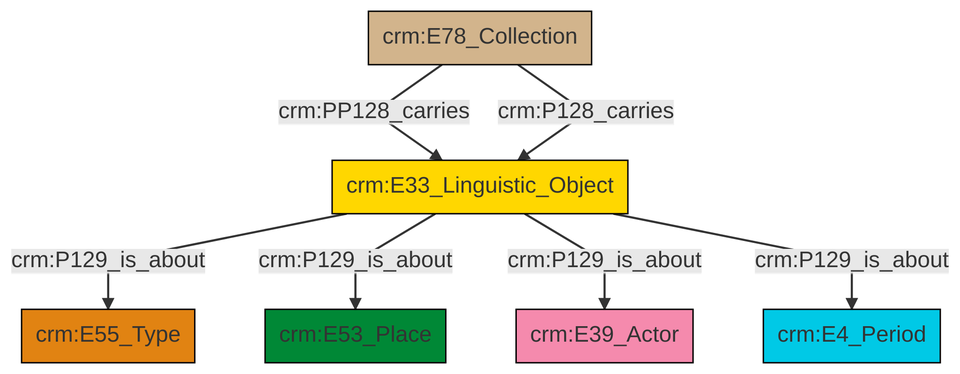
swiss-art-research-net/docs.swissartresearch keeps this Mermaid diagram as et/archivalCSV/ttl/mmd/png/archival_aboutness.png. Above is the earlier version. Its source is kept beside it as et/archivalCSV/ttl/mmd/archival_aboutness.ttl.mmd.
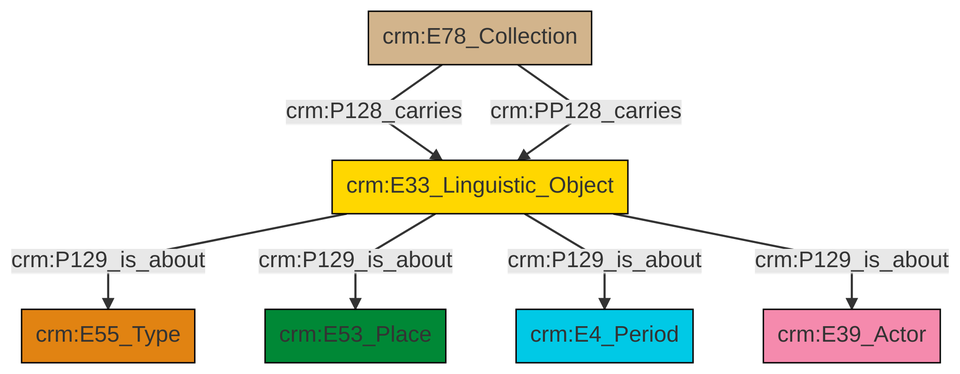
Above is the later version.

The edit, as a diff of the source:
```diff
@@ -13,9 +13,9 @@
 classDef PC_Classes fill:#4ce600, stroke:#000000;
 classDef Multi fill:#cccccc,stroke:#000000;
 
-0["crm:E78_Collection"]:::Physical_Thing -->|crm:PP128_carries| 1["crm:E33_Linguistic_Object"]:::Conceptual_Object
-1["crm:E33_Linguistic_Object"]:::Conceptual_Object -->|crm:P129_is_about| 2["crm:E55_Type"]:::Type
-1["crm:E33_Linguistic_Object"]:::Conceptual_Object -->|crm:P129_is_about| 3["crm:E53_Place"]:::Place
-1["crm:E33_Linguistic_Object"]:::Conceptual_Object -->|crm:P129_is_about| 8["crm:E39_Actor"]:::Actor
-0["crm:E78_Collection"]:::Physical_Thing -->|crm:P128_carries| 1["crm:E33_Linguistic_Object"]:::Conceptual_Object
-1["crm:E33_Linguistic_Object"]:::Conceptual_Object -->|crm:P129_is_about| 10["crm:E4_Period"]:::Temporal_Entity
+2["crm:E33_Linguistic_Object"]:::Conceptual_Object -->|crm:P129_is_about| 3["crm:E55_Type"]:::Type
+2["crm:E33_Linguistic_Object"]:::Conceptual_Object -->|crm:P129_is_about| 5["crm:E53_Place"]:::Place
+2["crm:E33_Linguistic_Object"]:::Conceptual_Object -->|crm:P129_is_about| 7["crm:E4_Period"]:::Temporal_Entity
+0["crm:E78_Collection"]:::Physical_Thing -->|crm:P128_carries| 2["crm:E33_Linguistic_Object"]:::Conceptual_Object
+2["crm:E33_Linguistic_Object"]:::Conceptual_Object -->|crm:P129_is_about| 8["crm:E39_Actor"]:::Actor
+0["crm:E78_Collection"]:::Physical_Thing -->|crm:PP128_carries| 2["crm:E33_Linguistic_Object"]:::Conceptual_Object
```
